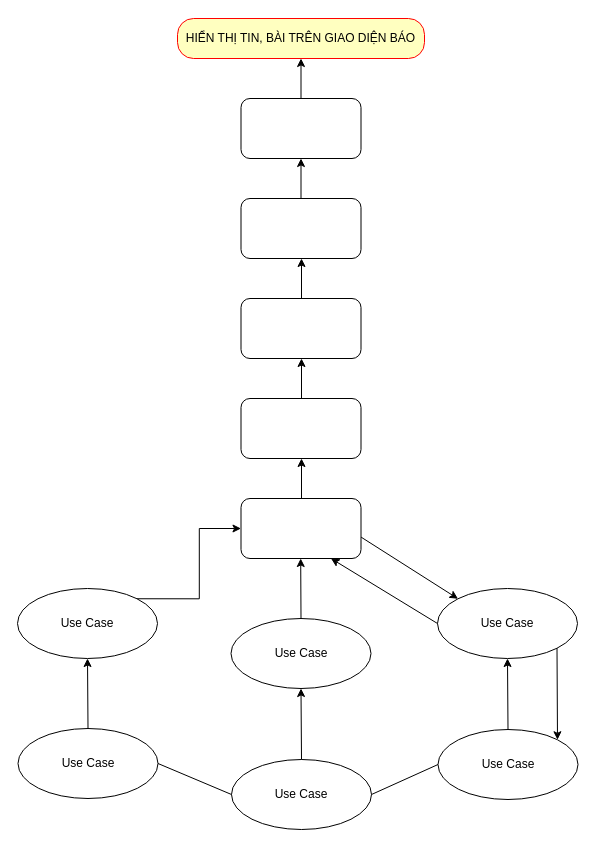
Before: luanvan.drawio in malware-d/blockchain, a draw.io diagram. Source tidied: cells renumbered, new cells numbered last; positions are measured from the earlier drawing's top-left corner, leaving out a move shared by most shapes. Both pictures are drawn from the tidied source at 100%, with x=0, y=0 at pixel (17, 18).
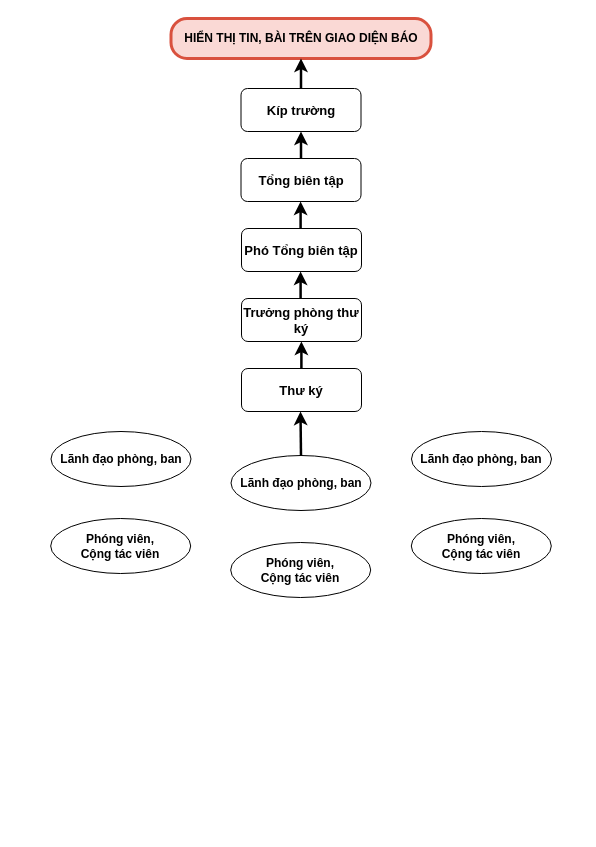
The same page after the edit.

What changed in the source:
```diff
@@
-    <mxCell id="2" value="HIỂN THỊ TIN, BÀI TRÊN GIAO DIỆN BÁO" style="rounded=1;whiteSpace=wrap;html=1;arcSize=40;fontColor=#000000;fillColor=#ffffc0;strokeColor=#ff0000;" parent="1" vertex="1">
-      <mxGeometry x="160" width="247" height="40" as="geometry" />
+    <mxCell id="2" value="&lt;b&gt;HIỂN THỊ TIN, BÀI TRÊN GIAO DIỆN BÁO&lt;/b&gt;" style="rounded=1;whiteSpace=wrap;html=1;arcSize=40;fillColor=#fad9d5;strokeColor=#D9513E;strokeWidth=3;fillStyle=solid;" parent="1" vertex="1">
+      <mxGeometry x="153.5" width="260" height="40" as="geometry" />
     </mxCell>
-    <mxCell id="3" style="rounded=1;whiteSpace=wrap;html=1;" parent="1" vertex="1">
-      <mxGeometry x="223.5" y="80" width="120" height="60" as="geometry" />
+    <mxCell id="3" value="&lt;font style=&quot;font-size: 13px;&quot;&gt;Kíp trường&lt;/font&gt;" style="rounded=1;whiteSpace=wrap;html=1;fontStyle=1;fontSize=13;" parent="1" vertex="1">
+      <mxGeometry x="223.5" y="70" width="120" height="43" as="geometry" />
     </mxCell>
-    <mxCell id="4" style="rounded=1;whiteSpace=wrap;html=1;" parent="1" vertex="1">
-      <mxGeometry x="223.5" y="180" width="120" height="60" as="geometry" />
-    </mxCell>
-    <mxCell id="5" style="rounded=1;whiteSpace=wrap;html=1;" parent="1" vertex="1">
-      <mxGeometry x="223.5" y="280" width="120" height="60" as="geometry" />
-    </mxCell>
-    <mxCell id="6" style="rounded=1;whiteSpace=wrap;html=1;" parent="1" vertex="1">
-      <mxGeometry x="223.5" y="380" width="120" height="60" as="geometry" />
-    </mxCell>
-    <mxCell id="7" style="rounded=1;whiteSpace=wrap;html=1;" parent="1" vertex="1">
-      <mxGeometry x="223.5" y="480" width="120" height="60" as="geometry" />
-    </mxCell>
-    <mxCell id="8" style="edgeStyle=orthogonalEdgeStyle;rounded=0;jettySize=auto;html=1;exitX=1;exitY=0;exitDx=0;exitDy=0;entryX=0;entryY=0.5;entryDx=0;entryDy=0;" parent="1" edge="1" source="9" target="7">
-      <mxGeometry relative="1" as="geometry" />
-    </mxCell>
-    <mxCell id="9" value="Use Case" style="ellipse;whiteSpace=wrap;html=1;" parent="1" vertex="1">
-      <mxGeometry y="570" width="140" height="70" as="geometry" />
-    </mxCell>
-    <mxCell id="10" value="Use Case" style="ellipse;whiteSpace=wrap;html=1;" parent="1" vertex="1">
-      <mxGeometry x="213.5" y="600" width="140" height="70" as="geometry" />
-    </mxCell>
-    <mxCell id="11" value="Use Case" style="ellipse;whiteSpace=wrap;html=1;" parent="1" vertex="1">
-      <mxGeometry x="420" y="570" width="140" height="70" as="geometry" />
+    <mxCell id="11" value="Lãnh đạo phòng, b&lt;span style=&quot;background-color: initial;&quot;&gt;an&lt;/span&gt;" style="ellipse;whiteSpace=wrap;html=1;fontStyle=1;" parent="1" vertex="1">
+      <mxGeometry x="394" y="413" width="140" height="55" as="geometry" />
     </mxCell>
-    <mxCell id="12" value="Use Case" style="ellipse;whiteSpace=wrap;html=1;" parent="1" vertex="1">
-      <mxGeometry x="0.5" y="710" width="140" height="70" as="geometry" />
-    </mxCell>
-    <mxCell id="13" value="Use Case" style="ellipse;whiteSpace=wrap;html=1;" parent="1" vertex="1">
-      <mxGeometry x="214" y="741" width="140" height="70" as="geometry" />
-    </mxCell>
-    <mxCell id="14" value="Use Case" style="ellipse;whiteSpace=wrap;html=1;" parent="1" vertex="1">
-      <mxGeometry x="420.5" y="711" width="140" height="70" as="geometry" />
-    </mxCell>
+    <mxCell id="29" value="Tổng biên tập" style="rounded=1;whiteSpace=wrap;html=1;fontStyle=1;fontSize=13;" parent="1" vertex="1">
+      <mxGeometry x="223.5" y="140" width="120" height="43" as="geometry" />
+    </mxCell>
+    <mxCell id="30" value="Trưởng phòng thư ký" style="rounded=1;whiteSpace=wrap;html=1;fontStyle=1;fontSize=13;" parent="1" vertex="1">
+      <mxGeometry x="224" y="280" width="120" height="43" as="geometry" />
+    </mxCell>
+    <mxCell id="31" value="Thư ký" style="rounded=1;whiteSpace=wrap;html=1;fontStyle=1;fontSize=13;" parent="1" vertex="1">
+      <mxGeometry x="224" y="350" width="120" height="43" as="geometry" />
+    </mxCell>
+    <mxCell id="32" value="Phó Tổng biên tập" style="rounded=1;whiteSpace=wrap;html=1;fontStyle=1;fontSize=13;" parent="1" vertex="1">
+      <mxGeometry x="224" y="210" width="120" height="43" as="geometry" />
+    </mxCell>
+    <mxCell id="33" value="Lãnh đạo phòng, b&lt;span style=&quot;background-color: initial;&quot;&gt;an&lt;/span&gt;" style="ellipse;whiteSpace=wrap;html=1;fontStyle=1;" parent="1" vertex="1">
+      <mxGeometry x="213.5" y="437" width="140" height="55" as="geometry" />
+    </mxCell>
+    <mxCell id="34" value="Lãnh đạo phòng, b&lt;span style=&quot;background-color: initial;&quot;&gt;an&lt;/span&gt;" style="ellipse;whiteSpace=wrap;html=1;fontStyle=1;" parent="1" vertex="1">
+      <mxGeometry x="33.5" y="413" width="140" height="55" as="geometry" />
+    </mxCell>
+    <mxCell id="35" value="Phóng viên,&lt;div&gt;Cộng tác viên&lt;/div&gt;" style="ellipse;whiteSpace=wrap;html=1;fontStyle=1;" parent="1" vertex="1">
+      <mxGeometry x="393.8" y="500" width="140" height="55" as="geometry" />
+    </mxCell>
+    <mxCell id="36" value="Phóng viên,&lt;div&gt;Cộng tác viên&lt;/div&gt;" style="ellipse;whiteSpace=wrap;html=1;fontStyle=1;" parent="1" vertex="1">
+      <mxGeometry x="213.2" y="524" width="140" height="55" as="geometry" />
+    </mxCell>
+    <mxCell id="37" value="Phóng viên,&lt;div&gt;Cộng tác viên&lt;/div&gt;" style="ellipse;whiteSpace=wrap;html=1;fontStyle=1;" parent="1" vertex="1">
+      <mxGeometry x="33.2" y="500" width="140" height="55" as="geometry" />
+    </mxCell>
-    <mxCell id="15" style="endArrow=classic;html=1;rounded=0;exitX=0.5;exitY=0;exitDx=0;exitDy=0;" parent="1" edge="1" source="3" target="2">
+    <mxCell id="15" style="endArrow=classic;html=1;rounded=0;entryX=0.5;entryY=1;entryDx=0;entryDy=0;exitX=0.5;exitY=0;exitDx=0;exitDy=0;strokeWidth=2.5;" parent="1" edge="1" source="3" target="2">
       <mxGeometry relative="1" as="geometry" />
     </mxCell>
-    <mxCell id="16" style="endArrow=classic;html=1;rounded=0;exitX=0.5;exitY=0;exitDx=0;exitDy=0;entryX=0.5;entryY=1;entryDx=0;entryDy=0;" parent="1" edge="1" source="4" target="3">
-      <mxGeometry relative="1" as="geometry" />
-    </mxCell>
-    <mxCell id="17" style="endArrow=classic;html=1;rounded=0;exitX=0.5;exitY=0;exitDx=0;exitDy=0;" parent="1" edge="1">
-      <mxGeometry relative="1" as="geometry">
-        <mxPoint x="284" y="280" as="sourcePoint" />
-        <mxPoint x="284" y="240" as="targetPoint" />
-      </mxGeometry>
-    </mxCell>
-    <mxCell id="18" style="endArrow=classic;html=1;rounded=0;exitX=0.5;exitY=0;exitDx=0;exitDy=0;entryX=0.5;entryY=1;entryDx=0;entryDy=0;" parent="1" edge="1">
-      <mxGeometry relative="1" as="geometry">
-        <mxPoint x="284" y="380" as="sourcePoint" />
-        <mxPoint x="284" y="340" as="targetPoint" />
-      </mxGeometry>
-    </mxCell>
-    <mxCell id="19" style="endArrow=classic;html=1;rounded=0;exitX=0.5;exitY=0;exitDx=0;exitDy=0;entryX=0.5;entryY=1;entryDx=0;entryDy=0;" parent="1" edge="1">
-      <mxGeometry relative="1" as="geometry">
-        <mxPoint x="284" y="480" as="sourcePoint" />
-        <mxPoint x="284" y="440" as="targetPoint" />
-      </mxGeometry>
-    </mxCell>
-    <mxCell id="20" style="endArrow=classic;html=1;rounded=0;exitX=0.5;exitY=0;exitDx=0;exitDy=0;" parent="1" edge="1" source="10">
-      <mxGeometry relative="1" as="geometry">
-        <mxPoint x="283.2" y="540" as="targetPoint" />
-      </mxGeometry>
-    </mxCell>
-    <mxCell id="21" style="endArrow=classic;html=1;rounded=0;exitX=0.5;exitY=0;exitDx=0;exitDy=0;entryX=0.5;entryY=1;entryDx=0;entryDy=0;" parent="1" edge="1" source="13" target="10">
-      <mxGeometry relative="1" as="geometry" />
-    </mxCell>
-    <mxCell id="22" style="endArrow=none;html=1;rounded=0;exitX=1;exitY=0.5;exitDx=0;exitDy=0;entryX=0;entryY=0.5;entryDx=0;entryDy=0;" parent="1" edge="1" source="13" target="14">
-      <mxGeometry relative="1" as="geometry" />
-    </mxCell>
-    <mxCell id="23" style="endArrow=none;html=1;rounded=0;exitX=1;exitY=0.5;exitDx=0;exitDy=0;entryX=0;entryY=0.5;entryDx=0;entryDy=0;" parent="1" edge="1" source="12" target="13">
-      <mxGeometry relative="1" as="geometry" />
-    </mxCell>
-    <mxCell id="24" style="endArrow=classic;html=1;rounded=0;entryX=0.5;entryY=1;entryDx=0;entryDy=0;exitX=0.5;exitY=0;exitDx=0;exitDy=0;" parent="1" edge="1" source="14" target="11">
-      <mxGeometry relative="1" as="geometry" />
-    </mxCell>
-    <mxCell id="25" style="endArrow=classic;html=1;rounded=0;entryX=0.5;entryY=1;entryDx=0;entryDy=0;exitX=0.5;exitY=0;exitDx=0;exitDy=0;" parent="1" edge="1" source="12" target="9">
-      <mxGeometry relative="1" as="geometry" />
-    </mxCell>
-    <mxCell id="26" style="endArrow=classic;html=1;rounded=0;entryX=0.75;entryY=1;entryDx=0;entryDy=0;exitX=0;exitY=0.5;exitDx=0;exitDy=0;" parent="1" edge="1" source="11" target="7">
-      <mxGeometry relative="1" as="geometry" />
-    </mxCell>
-    <mxCell id="27" style="endArrow=classic;html=1;rounded=0;entryX=0;entryY=0;entryDx=0;entryDy=0;exitX=1.001;exitY=0.644;exitDx=0;exitDy=0;exitPerimeter=0;" parent="1" edge="1" source="7" target="11">
-      <mxGeometry relative="1" as="geometry" />
-    </mxCell>
-    <mxCell id="28" style="endArrow=classic;html=1;rounded=0;entryX=1;entryY=0;entryDx=0;entryDy=0;exitX=1;exitY=1;exitDx=0;exitDy=0;" parent="1" edge="1" source="11" target="14">
-      <mxGeometry relative="1" as="geometry" />
-    </mxCell>
+    <mxCell id="38" style="endArrow=classic;html=1;rounded=0;entryX=0.5;entryY=1;entryDx=0;entryDy=0;exitX=0.5;exitY=0;exitDx=0;exitDy=0;strokeWidth=2.5;" parent="1" edge="1" source="29" target="3">
+      <mxGeometry relative="1" as="geometry" />
+    </mxCell>
+    <mxCell id="39" style="endArrow=classic;html=1;rounded=0;entryX=0.5;entryY=1;entryDx=0;entryDy=0;exitX=0.5;exitY=0;exitDx=0;exitDy=0;strokeWidth=2.5;" parent="1" edge="1">
+      <mxGeometry relative="1" as="geometry">
+        <mxPoint x="283.1" y="210" as="sourcePoint" />
+        <mxPoint x="283.1" y="183" as="targetPoint" />
+      </mxGeometry>
+    </mxCell>
+    <mxCell id="40" style="endArrow=classic;html=1;rounded=0;entryX=0.5;entryY=1;entryDx=0;entryDy=0;exitX=0.5;exitY=0;exitDx=0;exitDy=0;strokeWidth=2.5;" parent="1" edge="1">
+      <mxGeometry relative="1" as="geometry">
+        <mxPoint x="283.1" y="280" as="sourcePoint" />
+        <mxPoint x="283.1" y="253" as="targetPoint" />
+      </mxGeometry>
+    </mxCell>
+    <mxCell id="41" style="endArrow=classic;html=1;rounded=0;entryX=0.5;entryY=1;entryDx=0;entryDy=0;exitX=0.5;exitY=0;exitDx=0;exitDy=0;strokeWidth=2.5;strokeColor=default;align=center;verticalAlign=middle;fontFamily=Helvetica;fontSize=11;fontColor=default;labelBackgroundColor=default;" parent="1" edge="1">
+      <mxGeometry relative="1" as="geometry">
+        <mxPoint x="283.9" y="350" as="sourcePoint" />
+        <mxPoint x="283.9" y="323" as="targetPoint" />
+      </mxGeometry>
+    </mxCell>
+    <mxCell id="42" style="endArrow=classic;html=1;rounded=0;entryX=0.5;entryY=1;entryDx=0;entryDy=0;exitX=0.5;exitY=0;exitDx=0;exitDy=0;strokeWidth=2.5;strokeColor=default;align=center;verticalAlign=middle;fontFamily=Helvetica;fontSize=11;fontColor=default;labelBackgroundColor=default;" parent="1" edge="1" source="33">
+      <mxGeometry relative="1" as="geometry">
+        <mxPoint x="283" y="393" as="targetPoint" />
+      </mxGeometry>
+    </mxCell>
```
